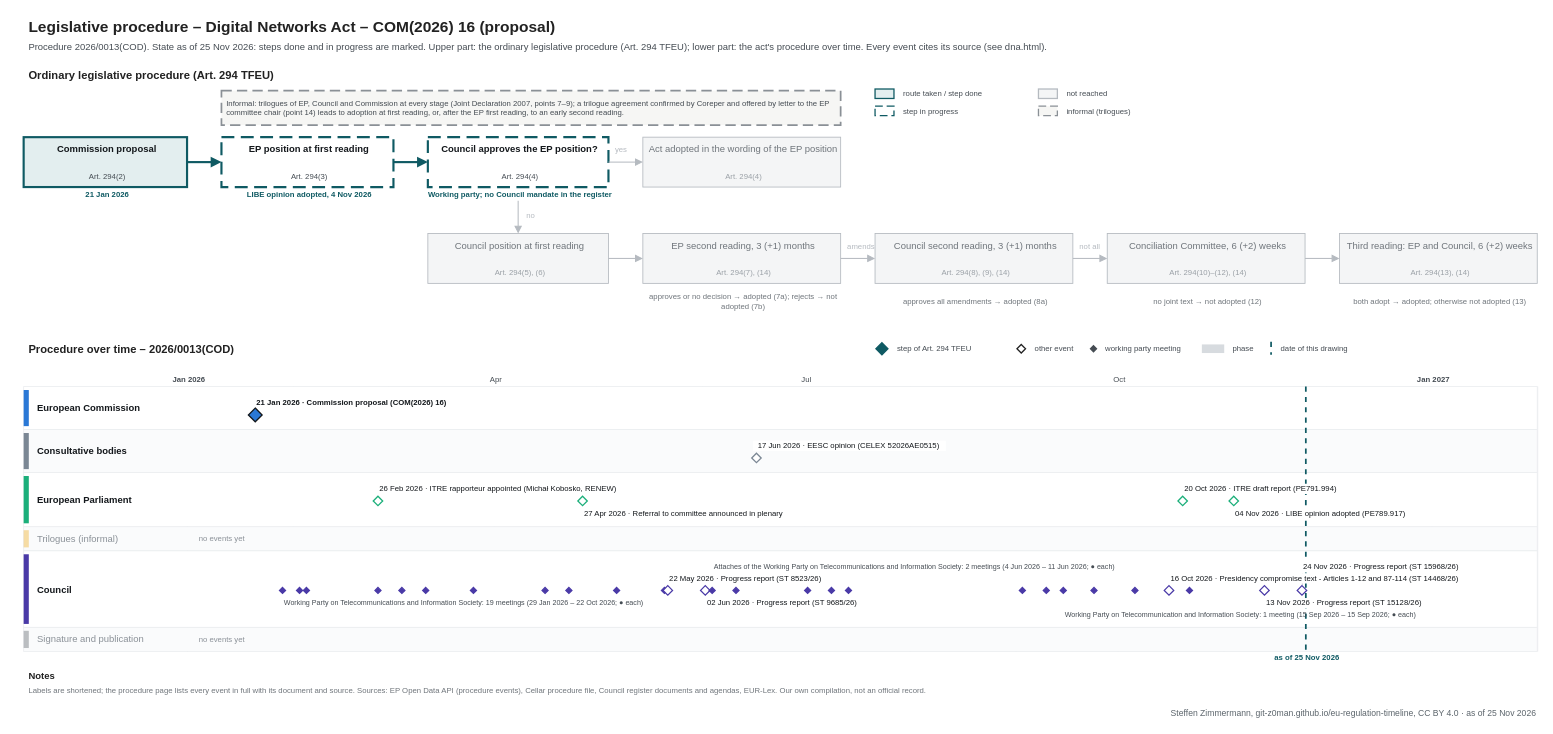
Above: procedures/dna.drawio in git-z0man/eu-regulation-timeline (draw.io), before the change. Source tidied: cells renumbered, new cells numbered last; positions are measured from the earlier drawing's top-left corner, leaving out a move shared by most shapes. Both pictures are drawn from the tidied source at 86%, with x=0, y=0 at pixel (15, 15).
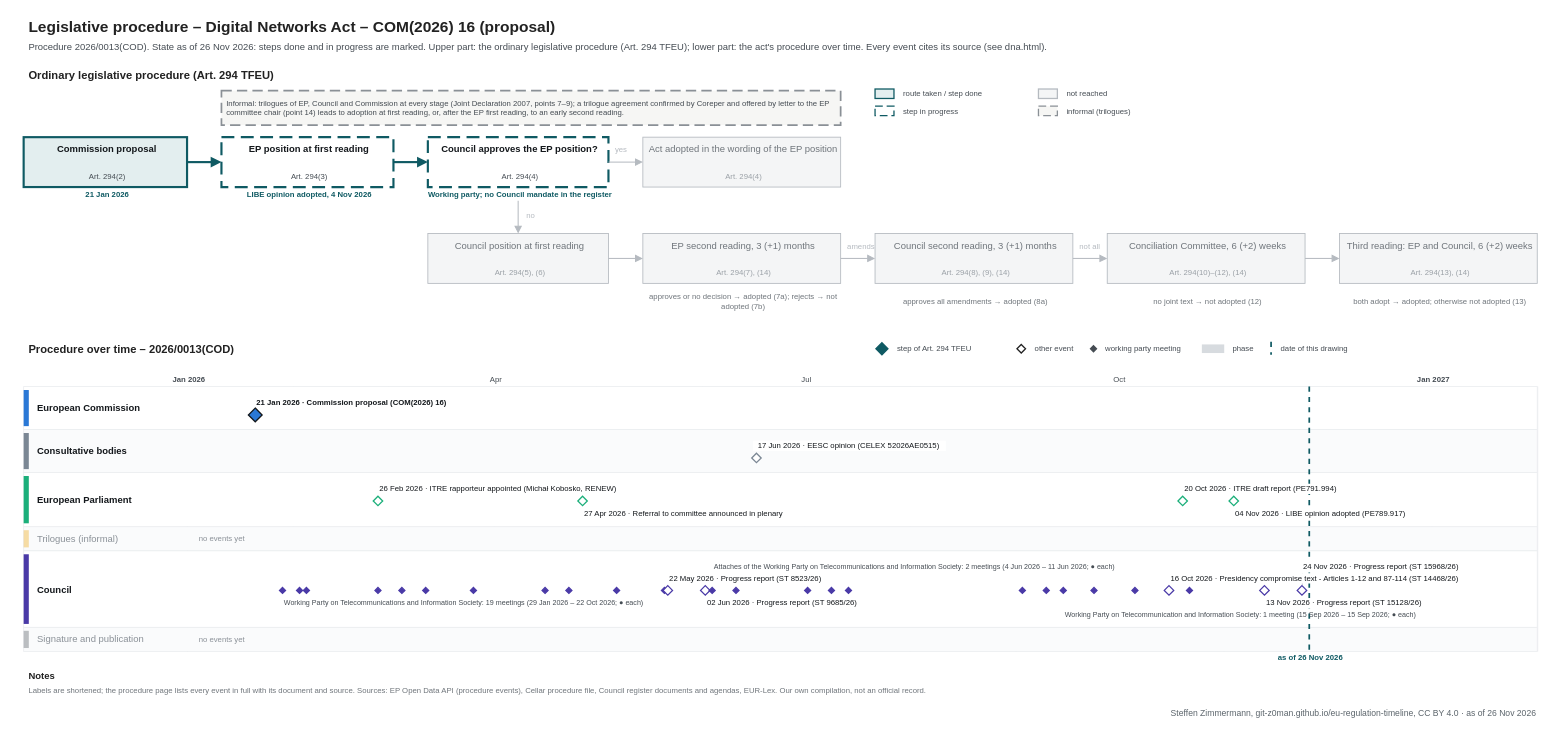
After the change.

The edit, as a diff of the source:
```diff
@@
-    <mxCell id="3" value="Procedure 2026/0013(COD). State as of 25 Nov 2026: steps done and in progress are marked. Upper part: the ordinary legislative procedure (Art. 294 TFEU); lower part: the act's procedure over time. Every event cites its source (see dna.html)." style="text;html=1;fontSize=11;fontColor=#454c53;align=left;verticalAlign=middle;spacingLeft=4;" parent="1" vertex="1">
+    <mxCell id="3" value="Procedure 2026/0013(COD). State as of 26 Nov 2026: steps done and in progress are marked. Upper part: the ordinary legislative procedure (Art. 294 TFEU); lower part: the act's procedure over time. Every event cites its source (see dna.html)." style="text;html=1;fontSize=11;fontColor=#454c53;align=left;verticalAlign=middle;spacingLeft=4;" parent="1" vertex="1">
       <mxGeometry x="10" y="28" width="1700" height="18" as="geometry" />
     </mxCell>
@@
     <mxCell id="111" style="line;html=1;strokeWidth=2;strokeColor=#0f5a63;direction=south;dashed=1;" parent="1" vertex="1">
-      <mxGeometry x="1500.4" y="432" width="1" height="308" as="geometry" />
+      <mxGeometry x="1504.4" y="432" width="1" height="308" as="geometry" />
     </mxCell>
-    <mxCell id="112" value="as of 25 Nov 2026" style="text;html=1;fontSize=9;fontColor=#0f5a63;align=center;verticalAlign=middle;spacingLeft=4;fontStyle=1;" parent="1" vertex="1">
-      <mxGeometry x="1440.4" y="741" width="120" height="12" as="geometry" />
+    <mxCell id="112" value="as of 26 Nov 2026" style="text;html=1;fontSize=9;fontColor=#0f5a63;align=center;verticalAlign=middle;spacingLeft=4;fontStyle=1;" parent="1" vertex="1">
+      <mxGeometry x="1444.4" y="741" width="120" height="12" as="geometry" />
     </mxCell>
@@
-    <mxCell id="163" value="Steffen Zimmermann, git-z0man.github.io/eu-regulation-timeline, CC BY 4.0 · as of 25 Nov 2026" style="text;html=1;fontSize=10;fontColor=#5b646b;align=right;verticalAlign=middle;spacingLeft=4;" parent="1" vertex="1">
+    <mxCell id="163" value="Steffen Zimmermann, git-z0man.github.io/eu-regulation-timeline, CC BY 4.0 · as of 26 Nov 2026" style="text;html=1;fontSize=10;fontColor=#5b646b;align=right;verticalAlign=middle;spacingLeft=4;" parent="1" vertex="1">
       <mxGeometry x="10" y="804" width="1760" height="16" as="geometry" />
     </mxCell>
```
